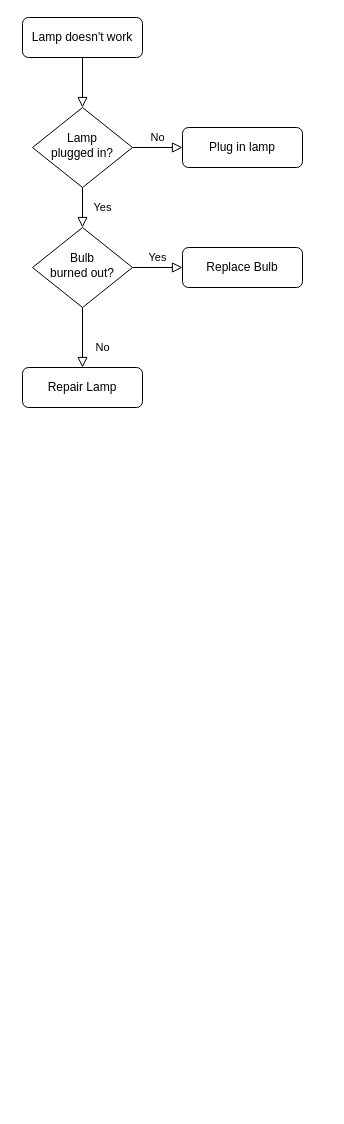
The draw.io diagram Untitled Diagram.drawio in mo-x/retrofit, before the edit. Source tidied: cells renumbered, new cells numbered last; positions are measured from the earlier drawing's top-left corner, leaving out a move shared by most shapes. Both pictures are drawn from the tidied source at 100%, with x=0, y=0 at pixel (22, 17).
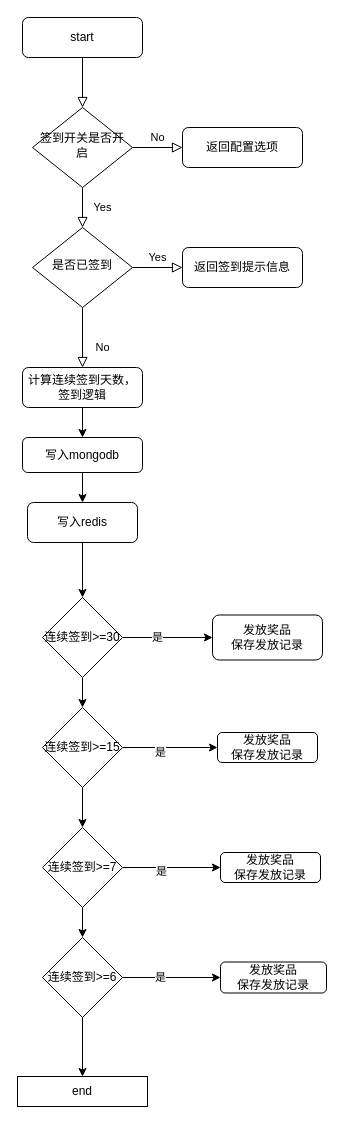
After the change.

What changed in the source:
```diff
@@
-    <mxCell id="2" style="rounded=0;html=1;jettySize=auto;fontSize=11;endArrow=block;endFill=0;endSize=8;strokeWidth=1;shadow=0;labelBackgroundColor=none;edgeStyle=orthogonalEdgeStyle;" parent="1" edge="1" source="3" target="6">
+    <mxCell id="2" style="rounded=0;html=1;jettySize=auto;fontSize=11;endArrow=block;endFill=0;endSize=8;strokeWidth=1;shadow=0;labelBackgroundColor=none;edgeStyle=orthogonalEdgeStyle;fontFamily=Helvetica;" parent="1" edge="1" source="3" target="6">
       <mxGeometry relative="1" as="geometry" />
     </mxCell>
-    <mxCell id="3" value="Lamp doesn't work" style="rounded=1;whiteSpace=wrap;html=1;fontSize=12;glass=0;strokeWidth=1;shadow=0;" parent="1" vertex="1">
+    <mxCell id="3" value="start&lt;br&gt;" style="rounded=1;whiteSpace=wrap;html=1;fontSize=12;glass=0;strokeWidth=1;shadow=0;fontFamily=Helvetica;" parent="1" vertex="1">
       <mxGeometry width="120" height="40" as="geometry" />
     </mxCell>
-    <mxCell id="4" value="Yes" style="rounded=0;html=1;jettySize=auto;fontSize=11;endArrow=block;endFill=0;endSize=8;strokeWidth=1;shadow=0;labelBackgroundColor=none;edgeStyle=orthogonalEdgeStyle;" parent="1" edge="1" source="6" target="10">
+    <mxCell id="4" value="Yes" style="rounded=0;html=1;jettySize=auto;fontSize=11;endArrow=block;endFill=0;endSize=8;strokeWidth=1;shadow=0;labelBackgroundColor=none;edgeStyle=orthogonalEdgeStyle;fontFamily=Helvetica;" parent="1" edge="1" source="6" target="10">
       <mxGeometry y="20" relative="1" as="geometry" />
     </mxCell>
-    <mxCell id="5" value="No" style="edgeStyle=orthogonalEdgeStyle;rounded=0;html=1;jettySize=auto;fontSize=11;endArrow=block;endFill=0;endSize=8;strokeWidth=1;shadow=0;labelBackgroundColor=none;" parent="1" edge="1" source="6" target="7">
+    <mxCell id="5" value="No" style="edgeStyle=orthogonalEdgeStyle;rounded=0;html=1;jettySize=auto;fontSize=11;endArrow=block;endFill=0;endSize=8;strokeWidth=1;shadow=0;labelBackgroundColor=none;fontFamily=Helvetica;" parent="1" edge="1" source="6" target="7">
       <mxGeometry y="10" relative="1" as="geometry" />
     </mxCell>
-    <mxCell id="6" value="Lamp&lt;br&gt;plugged in?" style="rhombus;whiteSpace=wrap;html=1;shadow=0;fontFamily=Helvetica;fontSize=12;align=center;strokeWidth=1;spacing=6;spacingTop=-4;" parent="1" vertex="1">
+    <mxCell id="6" value="签到开关是否开启" style="rhombus;whiteSpace=wrap;html=1;shadow=0;fontFamily=Helvetica;fontSize=12;align=center;strokeWidth=1;spacing=6;spacingTop=-4;" parent="1" vertex="1">
       <mxGeometry x="10" y="90" width="100" height="80" as="geometry" />
     </mxCell>
-    <mxCell id="7" value="Plug in lamp" style="rounded=1;whiteSpace=wrap;html=1;fontSize=12;glass=0;strokeWidth=1;shadow=0;" parent="1" vertex="1">
+    <mxCell id="7" value="返回配置选项" style="rounded=1;whiteSpace=wrap;html=1;fontSize=12;glass=0;strokeWidth=1;shadow=0;fontFamily=Helvetica;" parent="1" vertex="1">
       <mxGeometry x="160" y="110" width="120" height="40" as="geometry" />
     </mxCell>
-    <mxCell id="8" value="No" style="rounded=0;html=1;jettySize=auto;fontSize=11;endArrow=block;endFill=0;endSize=8;strokeWidth=1;shadow=0;labelBackgroundColor=none;edgeStyle=orthogonalEdgeStyle;" parent="1" edge="1" source="10" target="11">
+    <mxCell id="8" value="No" style="rounded=0;html=1;jettySize=auto;fontSize=11;endArrow=block;endFill=0;endSize=8;strokeWidth=1;shadow=0;labelBackgroundColor=none;edgeStyle=orthogonalEdgeStyle;fontFamily=Helvetica;" parent="1" edge="1" source="10" target="11">
       <mxGeometry x="0.33" y="20" relative="1" as="geometry" />
     </mxCell>
-    <mxCell id="9" value="Yes" style="edgeStyle=orthogonalEdgeStyle;rounded=0;html=1;jettySize=auto;fontSize=11;endArrow=block;endFill=0;endSize=8;strokeWidth=1;shadow=0;labelBackgroundColor=none;" parent="1" edge="1" source="10" target="12">
+    <mxCell id="9" value="Yes" style="edgeStyle=orthogonalEdgeStyle;rounded=0;html=1;jettySize=auto;fontSize=11;endArrow=block;endFill=0;endSize=8;strokeWidth=1;shadow=0;labelBackgroundColor=none;fontFamily=Helvetica;" parent="1" edge="1" source="10" target="12">
       <mxGeometry y="10" relative="1" as="geometry" />
     </mxCell>
-    <mxCell id="10" value="Bulb&lt;br&gt;burned out?" style="rhombus;whiteSpace=wrap;html=1;shadow=0;fontFamily=Helvetica;fontSize=12;align=center;strokeWidth=1;spacing=6;spacingTop=-4;" parent="1" vertex="1">
+    <mxCell id="10" value="是否已签到" style="rhombus;whiteSpace=wrap;html=1;shadow=0;fontFamily=Helvetica;fontSize=12;align=center;strokeWidth=1;spacing=6;spacingTop=-4;" parent="1" vertex="1">
       <mxGeometry x="10" y="210" width="100" height="80" as="geometry" />
     </mxCell>
+    <mxCell id="13" style="edgeStyle=orthogonalEdgeStyle;rounded=0;jettySize=auto;html=1;fontFamily=Helvetica;" parent="1" edge="1" source="11" target="27">
+      <mxGeometry relative="1" as="geometry" />
+    </mxCell>
-    <mxCell id="11" value="Repair Lamp" style="rounded=1;whiteSpace=wrap;html=1;fontSize=12;glass=0;strokeWidth=1;shadow=0;" parent="1" vertex="1">
+    <mxCell id="11" value="计算连续签到天数，签到逻辑" style="rounded=1;whiteSpace=wrap;html=1;fontSize=12;glass=0;strokeWidth=1;shadow=0;fontFamily=Helvetica;" parent="1" vertex="1">
       <mxGeometry y="350" width="120" height="40" as="geometry" />
     </mxCell>
-    <mxCell id="12" value="Replace Bulb" style="rounded=1;whiteSpace=wrap;html=1;fontSize=12;glass=0;strokeWidth=1;shadow=0;" parent="1" vertex="1">
+    <mxCell id="12" value="返回签到提示信息" style="rounded=1;whiteSpace=wrap;html=1;fontSize=12;glass=0;strokeWidth=1;shadow=0;fontFamily=Helvetica;" parent="1" vertex="1">
       <mxGeometry x="160" y="230" width="120" height="40" as="geometry" />
     </mxCell>
+    <mxCell id="14" style="edgeStyle=orthogonalEdgeStyle;rounded=0;jettySize=auto;html=1;fontFamily=Helvetica;" parent="1" edge="1" source="17" target="18">
+      <mxGeometry relative="1" as="geometry" />
+    </mxCell>
+    <mxCell id="15" value="是" style="edgeLabel;html=1;align=center;verticalAlign=middle;fontFamily=Helvetica;" parent="14" vertex="1">
+      <mxGeometry x="-0.25" y="1" relative="1" as="geometry" />
+    </mxCell>
+    <mxCell id="16" style="edgeStyle=orthogonalEdgeStyle;rounded=0;jettySize=auto;html=1;fontFamily=Helvetica;" parent="1" edge="1" source="17" target="22">
+      <mxGeometry relative="1" as="geometry" />
+    </mxCell>
+    <mxCell id="17" value="连续签到&amp;gt;=30" style="rhombus;whiteSpace=wrap;html=1;fontFamily=Helvetica;" parent="1" vertex="1">
+      <mxGeometry x="20" y="580" width="80" height="80" as="geometry" />
+    </mxCell>
+    <mxCell id="18" value="发放奖品&lt;br&gt;保存发放记录" style="rounded=1;whiteSpace=wrap;html=1;fontFamily=Helvetica;" parent="1" vertex="1">
+      <mxGeometry x="190" y="597.5" width="110" height="45" as="geometry" />
+    </mxCell>
+    <mxCell id="19" style="edgeStyle=orthogonalEdgeStyle;rounded=0;jettySize=auto;html=1;fontFamily=Helvetica;" parent="1" edge="1" source="22" target="23">
+      <mxGeometry relative="1" as="geometry" />
+    </mxCell>
+    <mxCell id="20" value="是" style="edgeLabel;html=1;align=center;verticalAlign=middle;fontFamily=Helvetica;" parent="19" vertex="1">
+      <mxGeometry x="-0.22" y="-4" relative="1" as="geometry" />
+    </mxCell>
+    <mxCell id="21" style="edgeStyle=orthogonalEdgeStyle;rounded=0;jettySize=auto;html=1;fontFamily=Helvetica;" parent="1" edge="1" source="22" target="31">
+      <mxGeometry relative="1" as="geometry" />
+    </mxCell>
+    <mxCell id="22" value="连续签到&amp;gt;=15" style="rhombus;whiteSpace=wrap;html=1;fontFamily=Helvetica;" parent="1" vertex="1">
+      <mxGeometry x="20" y="690" width="80" height="80" as="geometry" />
+    </mxCell>
+    <mxCell id="23" value="发放奖品&lt;br&gt;保存发放记录" style="rounded=1;whiteSpace=wrap;html=1;fontFamily=Helvetica;" parent="1" vertex="1">
+      <mxGeometry x="195" y="715" width="100" height="30" as="geometry" />
+    </mxCell>
+    <mxCell id="24" style="edgeStyle=orthogonalEdgeStyle;rounded=0;jettySize=auto;html=1;fontFamily=Helvetica;" parent="1" edge="1" source="25" target="17">
+      <mxGeometry relative="1" as="geometry" />
+    </mxCell>
+    <mxCell id="25" value="写入redis" style="rounded=1;whiteSpace=wrap;html=1;fontFamily=Helvetica;" parent="1" vertex="1">
+      <mxGeometry x="5" y="485" width="110" height="40" as="geometry" />
+    </mxCell>
+    <mxCell id="26" style="edgeStyle=orthogonalEdgeStyle;rounded=0;jettySize=auto;html=1;fontFamily=Helvetica;" parent="1" edge="1" source="27" target="25">
+      <mxGeometry relative="1" as="geometry" />
+    </mxCell>
+    <mxCell id="27" value="写入mongodb" style="rounded=1;whiteSpace=wrap;html=1;fontFamily=Helvetica;" parent="1" vertex="1">
+      <mxGeometry y="420" width="120" height="35" as="geometry" />
+    </mxCell>
+    <mxCell id="28" style="edgeStyle=orthogonalEdgeStyle;rounded=0;jettySize=auto;html=1;fontFamily=Helvetica;" parent="1" edge="1" source="31" target="32">
+      <mxGeometry relative="1" as="geometry" />
+    </mxCell>
+    <mxCell id="29" value="是" style="edgeLabel;html=1;align=center;verticalAlign=middle;fontFamily=Helvetica;" parent="28" vertex="1">
+      <mxGeometry x="-0.22" y="-3" relative="1" as="geometry" />
+    </mxCell>
+    <mxCell id="30" style="edgeStyle=orthogonalEdgeStyle;rounded=0;jettySize=auto;html=1;fontFamily=Helvetica;" parent="1" edge="1" source="31" target="36">
+      <mxGeometry relative="1" as="geometry" />
+    </mxCell>
+    <mxCell id="31" value="连续签到&amp;gt;=7" style="rhombus;whiteSpace=wrap;html=1;fontFamily=Helvetica;" parent="1" vertex="1">
+      <mxGeometry x="20" y="810" width="80" height="80" as="geometry" />
+    </mxCell>
+    <mxCell id="32" value="发放奖品&lt;br&gt;保存发放记录" style="rounded=1;whiteSpace=wrap;html=1;fontFamily=Helvetica;" parent="1" vertex="1">
+      <mxGeometry x="198" y="835" width="100" height="30" as="geometry" />
+    </mxCell>
+    <mxCell id="33" style="edgeStyle=orthogonalEdgeStyle;rounded=0;jettySize=auto;html=1;fontFamily=Helvetica;" parent="1" edge="1" source="36" target="37">
+      <mxGeometry relative="1" as="geometry" />
+    </mxCell>
+    <mxCell id="34" value="是" style="edgeLabel;html=1;align=center;verticalAlign=middle;fontFamily=Helvetica;" parent="33" vertex="1">
+      <mxGeometry x="-0.24" y="1" relative="1" as="geometry" />
+    </mxCell>
+    <mxCell id="35" style="edgeStyle=orthogonalEdgeStyle;rounded=0;jettySize=auto;html=1;fontFamily=Helvetica;" parent="1" edge="1" source="36" target="38">
+      <mxGeometry relative="1" as="geometry" />
+    </mxCell>
+    <mxCell id="36" value="连续签到&amp;gt;=6" style="rhombus;whiteSpace=wrap;html=1;fontFamily=Helvetica;" parent="1" vertex="1">
+      <mxGeometry x="20" y="920" width="80" height="80" as="geometry" />
+    </mxCell>
+    <mxCell id="37" value="发放奖品&lt;br&gt;保存发放记录" style="rounded=1;whiteSpace=wrap;html=1;fontFamily=Helvetica;" parent="1" vertex="1">
+      <mxGeometry x="198" y="944.5" width="106" height="31" as="geometry" />
+    </mxCell>
+    <mxCell id="38" value="end" style="whiteSpace=wrap;html=1;" parent="1" vertex="1">
+      <mxGeometry x="-5" y="1059" width="130" height="30" as="geometry" />
+    </mxCell>
```
